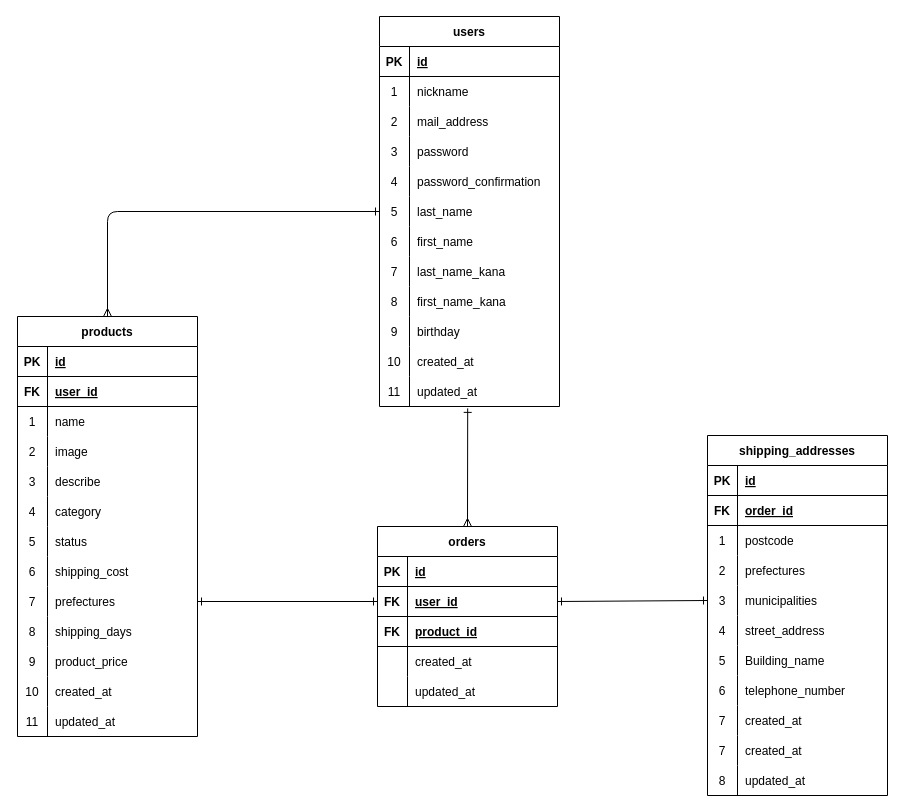
Above: test.dio in shigure5641/furima-40196 (draw.io), before the change. Source tidied: cells renumbered, new cells numbered last; positions are measured from the earlier drawing's top-left corner, leaving out a move shared by most shapes. Both pictures are drawn from the tidied source at 100%, with x=0, y=0 at pixel (17, 16).
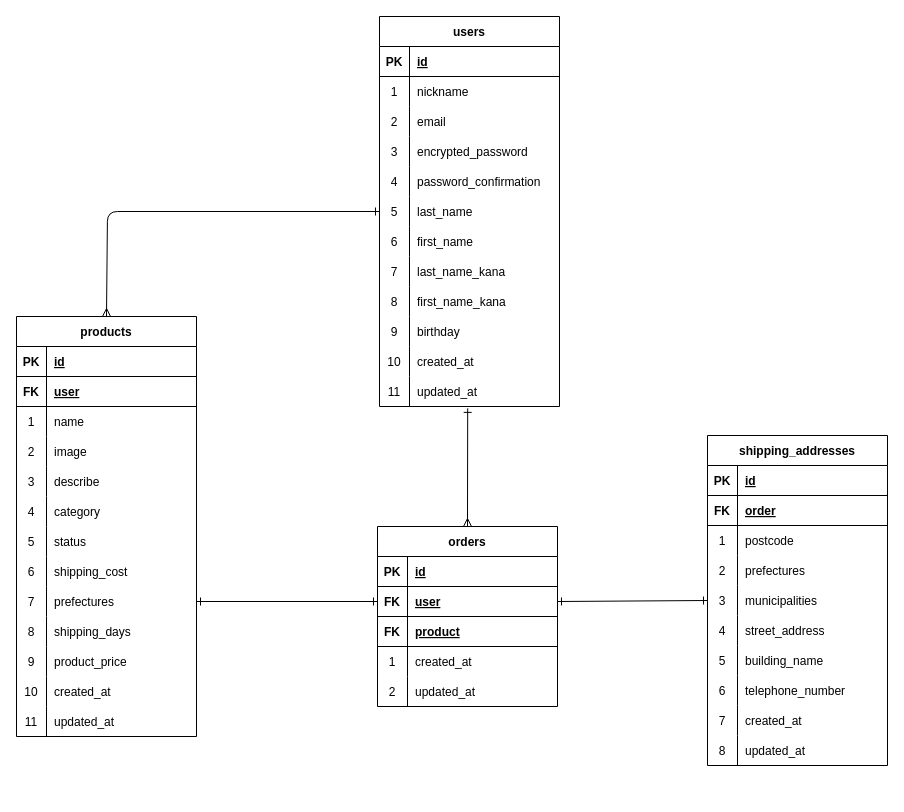
Above is the later version.

Commit message (it also covers changes not shown here):
データベース設計情報の記載(修正版1)

The change refers to these unchanged cells:
```xml
<mxCell id="14" style="shape=tableRow;horizontal=0;startSize=0;swimlaneHead=0;swimlaneBody=0;fillColor=none;top=0;left=0;right=0;bottom=0;" parent="7" vertex="1">
  <mxGeometry y="90" width="180" height="30" as="geometry" />
</mxCell>
<mxCell id="17" style="shape=tableRow;horizontal=0;startSize=0;swimlaneHead=0;swimlaneBody=0;fillColor=none;top=0;left=0;right=0;bottom=0;" parent="7" vertex="1">
  <mxGeometry y="120" width="180" height="30" as="geometry" />
</mxCell>
<mxCell id="48" style="shape=tableRow;horizontal=0;startSize=0;swimlaneHead=0;swimlaneBody=0;fillColor=none;top=0;left=0;right=0;bottom=1;" parent="44" vertex="1">
  <mxGeometry y="60" width="180" height="30" as="geometry" />
</mxCell>
<mxCell id="63" style="shape=tableRow;horizontal=0;startSize=0;swimlaneHead=0;swimlaneBody=0;fillColor=none;top=0;left=0;right=0;bottom=0;" parent="44" vertex="1">
  <mxGeometry y="210" width="180" height="30" as="geometry" />
</mxCell>
<mxCell id="82" style="shape=tableRow;horizontal=0;startSize=0;swimlaneHead=0;swimlaneBody=0;fillColor=none;points=[[0,0.5],[1,0.5]];portConstraint=eastwest;top=0;left=0;right=0;bottom=1;" parent="78" vertex="1">
  <mxGeometry y="60" width="180" height="30" as="geometry" />
</mxCell>
<mxCell id="85" style="shape=tableRow;horizontal=0;startSize=0;swimlaneHead=0;swimlaneBody=0;fillColor=none;top=0;left=0;right=0;bottom=1;" parent="78" vertex="1">
  <mxGeometry y="90" width="180" height="30" as="geometry" />
</mxCell>
<mxCell id="88" style="shape=tableRow;horizontal=0;startSize=0;swimlaneHead=0;swimlaneBody=0;fillColor=none;top=0;left=0;right=0;bottom=0;" parent="78" vertex="1">
  <mxGeometry y="120" width="180" height="30" as="geometry" />
</mxCell>
<mxCell id="91" style="shape=tableRow;horizontal=0;startSize=0;swimlaneHead=0;swimlaneBody=0;fillColor=none;top=0;left=0;right=0;bottom=0;" parent="78" vertex="1">
  <mxGeometry y="150" width="180" height="30" as="geometry" />
</mxCell>
<mxCell id="98" style="shape=tableRow;horizontal=0;startSize=0;swimlaneHead=0;swimlaneBody=0;fillColor=none;top=0;left=0;right=0;bottom=1;" parent="94" vertex="1">
  <mxGeometry y="60" width="180" height="30" as="geometry" />
</mxCell>
```

Diff of the diagram source:
```diff
@@
-    <mxCell id="16" value="mail_address" style="shape=partialRectangle;fillColor=none;top=0;left=0;bottom=0;right=0;align=left;spacingLeft=6;overflow=hidden;" parent="14" vertex="1">
+    <mxCell id="16" value="email" style="shape=partialRectangle;fillColor=none;top=0;left=0;bottom=0;right=0;align=left;spacingLeft=6;overflow=hidden;" parent="14" vertex="1">
       <mxGeometry x="30" width="150" height="30" as="geometry" />
     </mxCell>
@@
-    <mxCell id="19" value="password" style="shape=partialRectangle;fillColor=none;top=0;left=0;bottom=0;right=0;align=left;spacingLeft=6;overflow=hidden;" parent="17" vertex="1">
+    <mxCell id="19" value="encrypted_password" style="shape=partialRectangle;fillColor=none;top=0;left=0;bottom=0;right=0;align=left;spacingLeft=6;overflow=hidden;" parent="17" vertex="1">
       <mxGeometry x="30" width="150" height="30" as="geometry" />
     </mxCell>
@@
     <mxCell id="44" value="shipping_addresses" style="shape=table;startSize=30;childLayout=tableLayout;rowLines=0;fontStyle=1;align=center;" parent="1" vertex="1">
-      <mxGeometry x="690" y="419" width="180" height="360" as="geometry" />
+      <mxGeometry x="690" y="419" width="180" height="330" as="geometry" />
     </mxCell>
@@
-    <mxCell id="50" value="order_id" style="shape=partialRectangle;fillColor=none;top=0;left=0;bottom=0;right=0;align=left;spacingLeft=6;fontStyle=5;overflow=hidden;" parent="48" vertex="1">
+    <mxCell id="50" value="order" style="shape=partialRectangle;fillColor=none;top=0;left=0;bottom=0;right=0;align=left;spacingLeft=6;fontStyle=5;overflow=hidden;" parent="48" vertex="1">
       <mxGeometry x="30" width="150" height="30" as="geometry" />
     </mxCell>
@@
-    <mxCell id="65" value="Building_name" style="shape=partialRectangle;fillColor=none;top=0;left=0;bottom=0;right=0;align=left;spacingLeft=6;overflow=hidden;" parent="63" vertex="1">
+    <mxCell id="65" value="building_name" style="shape=partialRectangle;fillColor=none;top=0;left=0;bottom=0;right=0;align=left;spacingLeft=6;overflow=hidden;" parent="63" vertex="1">
       <mxGeometry x="30" width="150" height="30" as="geometry" />
     </mxCell>
@@
-    <mxCell id="72" style="shape=tableRow;horizontal=0;startSize=0;swimlaneHead=0;swimlaneBody=0;fillColor=none;top=0;left=0;right=0;bottom=0;" parent="44" vertex="1">
-      <mxGeometry y="300" width="180" height="30" as="geometry" />
-    </mxCell>
-    <mxCell id="73" value="7" style="shape=partialRectangle;fillColor=none;top=0;left=0;bottom=0;right=0;overflow=hidden;" parent="72" vertex="1">
-      <mxGeometry width="30" height="30" as="geometry" />
-    </mxCell>
-    <mxCell id="74" value="created_at" style="shape=partialRectangle;fillColor=none;top=0;left=0;bottom=0;right=0;align=left;spacingLeft=6;overflow=hidden;" parent="72" vertex="1">
-      <mxGeometry x="30" width="150" height="30" as="geometry" />
-    </mxCell>
     <mxCell id="75" style="shape=tableRow;horizontal=0;startSize=0;swimlaneHead=0;swimlaneBody=0;fillColor=none;top=0;left=0;right=0;bottom=0;" parent="44" vertex="1">
-      <mxGeometry y="330" width="180" height="30" as="geometry" />
+      <mxGeometry y="300" width="180" height="30" as="geometry" />
     </mxCell>
@@
-    <mxCell id="84" value="user_id" style="shape=partialRectangle;fillColor=none;top=0;left=0;bottom=0;right=0;align=left;spacingLeft=6;fontStyle=5;overflow=hidden;" parent="82" vertex="1">
+    <mxCell id="84" value="user" style="shape=partialRectangle;fillColor=none;top=0;left=0;bottom=0;right=0;align=left;spacingLeft=6;fontStyle=5;overflow=hidden;" parent="82" vertex="1">
       <mxGeometry x="30" width="150" height="30" as="geometry" />
     </mxCell>
@@
-    <mxCell id="87" value="product_id" style="shape=partialRectangle;fillColor=none;top=0;left=0;bottom=0;right=0;align=left;spacingLeft=6;fontStyle=5;overflow=hidden;" parent="85" vertex="1">
+    <mxCell id="87" value="product" style="shape=partialRectangle;fillColor=none;top=0;left=0;bottom=0;right=0;align=left;spacingLeft=6;fontStyle=5;overflow=hidden;" parent="85" vertex="1">
       <mxGeometry x="30" width="150" height="30" as="geometry" />
     </mxCell>
@@
-    <mxCell id="89" style="shape=partialRectangle;fillColor=none;top=0;left=0;bottom=0;right=0;overflow=hidden;" parent="88" vertex="1">
+    <mxCell id="89" value="1" style="shape=partialRectangle;fillColor=none;top=0;left=0;bottom=0;right=0;overflow=hidden;" parent="88" vertex="1">
       <mxGeometry width="30" height="30" as="geometry" />
     </mxCell>
@@
-    <mxCell id="92" style="shape=partialRectangle;fillColor=none;top=0;left=0;bottom=0;right=0;overflow=hidden;" parent="91" vertex="1">
+    <mxCell id="92" value="2" style="shape=partialRectangle;fillColor=none;top=0;left=0;bottom=0;right=0;overflow=hidden;" parent="91" vertex="1">
       <mxGeometry width="30" height="30" as="geometry" />
     </mxCell>
@@
     <mxCell id="94" value="products" style="shape=table;startSize=30;childLayout=tableLayout;rowLines=0;fontStyle=1;align=center;" parent="1" vertex="1">
-      <mxGeometry y="300" width="180" height="420" as="geometry" />
+      <mxGeometry x="-1" y="300" width="180" height="420" as="geometry" />
     </mxCell>
@@
-    <mxCell id="100" value="user_id" style="shape=partialRectangle;fillColor=none;top=0;left=0;bottom=0;right=0;align=left;spacingLeft=6;fontStyle=5;overflow=hidden;" parent="98" vertex="1">
+    <mxCell id="100" value="user" style="shape=partialRectangle;fillColor=none;top=0;left=0;bottom=0;right=0;align=left;spacingLeft=6;fontStyle=5;overflow=hidden;" parent="98" vertex="1">
       <mxGeometry x="30" width="150" height="30" as="geometry" />
     </mxCell>
```
